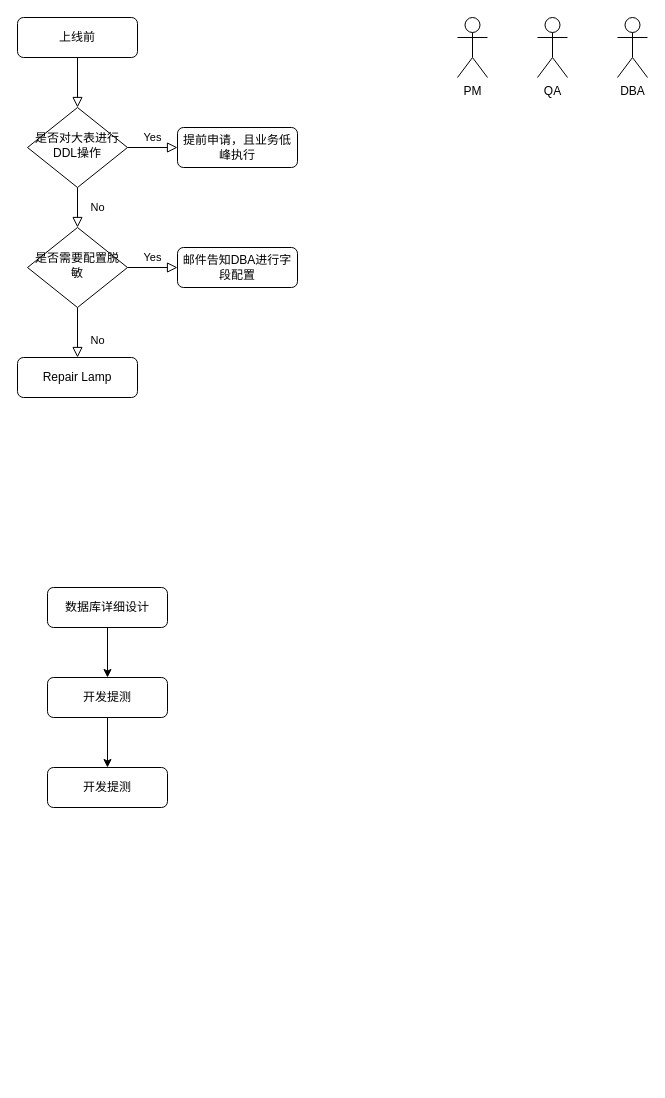
Before: 未命名绘图.drawio in zhaoxin1992/diagrams, a draw.io diagram. Source tidied: cells renumbered, new cells numbered last; positions are measured from the earlier drawing's top-left corner, leaving out a move shared by most shapes. Both pictures are drawn from the tidied source at 100%, with x=0, y=0 at pixel (17, 17).
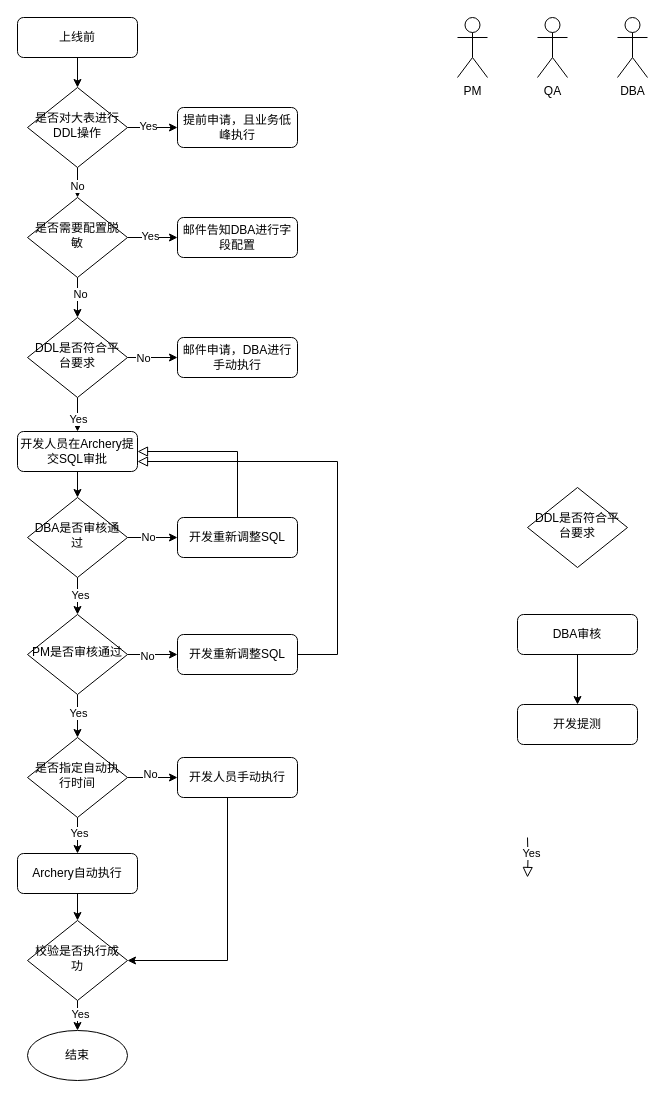
After the change.

The change refers to these unchanged cells:
```xml
<mxCell id="3" value="上线前" style="rounded=1;whiteSpace=wrap;html=1;fontSize=12;glass=0;strokeWidth=1;shadow=0;" parent="1" vertex="1">
  <mxGeometry width="120" height="40" as="geometry" />
</mxCell>
```

Diff of the diagram source:
```diff
@@
-    <mxCell id="2" style="rounded=0;html=1;jettySize=auto;fontSize=11;endArrow=block;endFill=0;endSize=8;strokeWidth=1;shadow=0;labelBackgroundColor=none;edgeStyle=orthogonalEdgeStyle;entryX=0.5;entryY=0;entryDx=0;entryDy=0;" parent="1" edge="1" source="3" target="6">
+    <mxCell id="2" style="edgeStyle=orthogonalEdgeStyle;rounded=0;jettySize=auto;html=1;entryX=0.5;entryY=0;entryDx=0;entryDy=0;" parent="1" edge="1" source="3" target="6">
       <mxGeometry relative="1" as="geometry" />
     </mxCell>
@@
-    <mxCell id="4" value="No" style="rounded=0;html=1;jettySize=auto;fontSize=11;endArrow=block;endFill=0;endSize=8;strokeWidth=1;shadow=0;labelBackgroundColor=none;edgeStyle=orthogonalEdgeStyle;" parent="1" edge="1" source="6" target="10">
-      <mxGeometry y="20" relative="1" as="geometry" />
+    <mxCell id="4" style="edgeStyle=orthogonalEdgeStyle;rounded=0;jettySize=auto;html=1;entryX=0.5;entryY=0;entryDx=0;entryDy=0;" parent="1" edge="1" source="6" target="10">
+      <mxGeometry relative="1" as="geometry" />
     </mxCell>
+    <mxCell id="21" value="No" style="edgeLabel;html=1;align=center;verticalAlign=middle;" parent="4" vertex="1">
+      <mxGeometry x="-0.28" y="-1" relative="1" as="geometry" />
+    </mxCell>
-    <mxCell id="5" value="Yes" style="edgeStyle=orthogonalEdgeStyle;rounded=0;html=1;jettySize=auto;fontSize=11;endArrow=block;endFill=0;endSize=8;strokeWidth=1;shadow=0;labelBackgroundColor=none;" parent="1" edge="1" source="6" target="7">
-      <mxGeometry y="10" relative="1" as="geometry" />
+    <mxCell id="5" style="edgeStyle=orthogonalEdgeStyle;rounded=0;jettySize=auto;html=1;" parent="1" edge="1" source="6" target="7">
+      <mxGeometry relative="1" as="geometry" />
     </mxCell>
+    <mxCell id="22" value="Yes" style="edgeLabel;html=1;align=center;verticalAlign=middle;" parent="5" vertex="1">
+      <mxGeometry x="-0.2" y="3" relative="1" as="geometry">
+        <mxPoint y="1" as="offset" />
+      </mxGeometry>
+    </mxCell>
     <mxCell id="6" value="是否对大表进行DDL操作" style="rhombus;whiteSpace=wrap;html=1;shadow=0;fontFamily=Helvetica;fontSize=12;align=center;strokeWidth=1;spacing=6;spacingTop=-4;" parent="1" vertex="1">
-      <mxGeometry x="10" y="90" width="100" height="80" as="geometry" />
+      <mxGeometry x="10" y="70" width="100" height="80" as="geometry" />
     </mxCell>
     <mxCell id="7" value="提前申请，且业务低峰执行" style="rounded=1;whiteSpace=wrap;html=1;fontSize=12;glass=0;strokeWidth=1;shadow=0;" parent="1" vertex="1">
-      <mxGeometry x="160" y="110" width="120" height="40" as="geometry" />
+      <mxGeometry x="160" y="90" width="120" height="40" as="geometry" />
     </mxCell>
-    <mxCell id="8" value="No" style="rounded=0;html=1;jettySize=auto;fontSize=11;endArrow=block;endFill=0;endSize=8;strokeWidth=1;shadow=0;labelBackgroundColor=none;edgeStyle=orthogonalEdgeStyle;" parent="1" edge="1" source="10" target="11">
-      <mxGeometry x="0.33" y="20" relative="1" as="geometry" />
-    </mxCell>
+    <mxCell id="23" style="edgeStyle=orthogonalEdgeStyle;rounded=0;jettySize=auto;html=1;" parent="1" edge="1" source="10" target="32">
+      <mxGeometry relative="1" as="geometry" />
+    </mxCell>
+    <mxCell id="24" value="No" style="edgeLabel;html=1;align=center;verticalAlign=middle;" parent="23" vertex="1">
+      <mxGeometry x="-0.19" y="2" relative="1" as="geometry" />
+    </mxCell>
-    <mxCell id="9" value="Yes" style="edgeStyle=orthogonalEdgeStyle;rounded=0;html=1;jettySize=auto;fontSize=11;endArrow=block;endFill=0;endSize=8;strokeWidth=1;shadow=0;labelBackgroundColor=none;" parent="1" edge="1" source="10" target="12">
-      <mxGeometry y="10" relative="1" as="geometry" />
+    <mxCell id="9" style="edgeStyle=orthogonalEdgeStyle;rounded=0;jettySize=auto;html=1;" parent="1" edge="1" source="10" target="12">
+      <mxGeometry relative="1" as="geometry" />
     </mxCell>
+    <mxCell id="25" value="Yes" style="edgeLabel;html=1;align=center;verticalAlign=middle;" parent="9" vertex="1">
+      <mxGeometry x="-0.12" y="3" relative="1" as="geometry">
+        <mxPoint y="1" as="offset" />
+      </mxGeometry>
+    </mxCell>
     <mxCell id="10" value="是否需要配置脱敏" style="rhombus;whiteSpace=wrap;html=1;shadow=0;fontFamily=Helvetica;fontSize=12;align=center;strokeWidth=1;spacing=6;spacingTop=-4;" parent="1" vertex="1">
-      <mxGeometry x="10" y="210" width="100" height="80" as="geometry" />
+      <mxGeometry x="10" y="180" width="100" height="80" as="geometry" />
     </mxCell>
-    <mxCell id="11" value="Repair Lamp" style="rounded=1;whiteSpace=wrap;html=1;fontSize=12;glass=0;strokeWidth=1;shadow=0;" parent="1" vertex="1">
-      <mxGeometry y="340" width="120" height="40" as="geometry" />
-    </mxCell>
     <mxCell id="12" value="邮件告知DBA进行字段配置" style="rounded=1;whiteSpace=wrap;html=1;fontSize=12;glass=0;strokeWidth=1;shadow=0;" parent="1" vertex="1">
-      <mxGeometry x="160" y="230" width="120" height="40" as="geometry" />
+      <mxGeometry x="160" y="200" width="120" height="40" as="geometry" />
     </mxCell>
@@
-    <mxCell id="16" style="edgeStyle=orthogonalEdgeStyle;rounded=0;jettySize=auto;html=1;entryX=0.5;entryY=0;entryDx=0;entryDy=0;" parent="1" edge="1" source="17" target="19">
-      <mxGeometry relative="1" as="geometry" />
-    </mxCell>
+    <mxCell id="26" style="edgeStyle=orthogonalEdgeStyle;rounded=0;jettySize=auto;html=1;" parent="1" edge="1" source="17" target="40">
+      <mxGeometry relative="1" as="geometry" />
+    </mxCell>
-    <mxCell id="17" value="数据库详细设计" style="rounded=1;whiteSpace=wrap;html=1;fontSize=12;glass=0;strokeWidth=1;shadow=0;" parent="1" vertex="1">
-      <mxGeometry x="30" y="570" width="120" height="40" as="geometry" />
+    <mxCell id="17" value="开发人员在Archery提交SQL审批" style="rounded=1;whiteSpace=wrap;html=1;fontSize=12;glass=0;strokeWidth=1;shadow=0;" parent="1" vertex="1">
+      <mxGeometry y="414" width="120" height="40" as="geometry" />
     </mxCell>
@@
-    <mxCell id="19" value="开发提测" style="rounded=1;whiteSpace=wrap;html=1;fontSize=12;glass=0;strokeWidth=1;shadow=0;" parent="1" vertex="1">
-      <mxGeometry x="30" y="660" width="120" height="40" as="geometry" />
+    <mxCell id="19" value="DBA审核" style="rounded=1;whiteSpace=wrap;html=1;fontSize=12;glass=0;strokeWidth=1;shadow=0;" parent="1" vertex="1">
+      <mxGeometry x="500" y="597" width="120" height="40" as="geometry" />
     </mxCell>
     <mxCell id="20" value="开发提测" style="rounded=1;whiteSpace=wrap;html=1;fontSize=12;glass=0;strokeWidth=1;shadow=0;" parent="1" vertex="1">
-      <mxGeometry x="30" y="750" width="120" height="40" as="geometry" />
+      <mxGeometry x="500" y="687" width="120" height="40" as="geometry" />
     </mxCell>
+    <mxCell id="27" value="DDL是否符合平台要求" style="rhombus;whiteSpace=wrap;html=1;shadow=0;fontFamily=Helvetica;fontSize=12;align=center;strokeWidth=1;spacing=6;spacingTop=-4;" parent="1" vertex="1">
+      <mxGeometry x="510" y="470" width="100" height="80" as="geometry" />
+    </mxCell>
+    <mxCell id="28" style="edgeStyle=orthogonalEdgeStyle;rounded=0;jettySize=auto;html=1;" parent="1" edge="1" source="32" target="17">
+      <mxGeometry relative="1" as="geometry" />
+    </mxCell>
+    <mxCell id="29" value="Yes" style="edgeLabel;html=1;align=center;verticalAlign=middle;" parent="28" vertex="1">
+      <mxGeometry x="-0.11" relative="1" as="geometry">
+        <mxPoint y="1" as="offset" />
+      </mxGeometry>
+    </mxCell>
+    <mxCell id="30" style="edgeStyle=orthogonalEdgeStyle;rounded=0;jettySize=auto;html=1;" parent="1" edge="1" source="32" target="33">
+      <mxGeometry relative="1" as="geometry" />
+    </mxCell>
+    <mxCell id="31" value="No" style="edgeLabel;html=1;align=center;verticalAlign=middle;" parent="30" vertex="1">
+      <mxGeometry x="-0.4" y="1" relative="1" as="geometry">
+        <mxPoint y="1" as="offset" />
+      </mxGeometry>
+    </mxCell>
+    <mxCell id="32" value="DDL是否符合平台要求" style="rhombus;whiteSpace=wrap;html=1;shadow=0;fontFamily=Helvetica;fontSize=12;align=center;strokeWidth=1;spacing=6;spacingTop=-4;" parent="1" vertex="1">
+      <mxGeometry x="10" y="300" width="100" height="80" as="geometry" />
+    </mxCell>
+    <mxCell id="33" value="邮件申请，DBA进行手动执行" style="rounded=1;whiteSpace=wrap;html=1;fontSize=12;glass=0;strokeWidth=1;shadow=0;" parent="1" vertex="1">
+      <mxGeometry x="160" y="320" width="120" height="40" as="geometry" />
+    </mxCell>
+    <mxCell id="34" style="edgeStyle=orthogonalEdgeStyle;rounded=0;jettySize=auto;html=1;" parent="1" edge="1" source="35" target="61">
+      <mxGeometry relative="1" as="geometry" />
+    </mxCell>
+    <mxCell id="35" value="Archery自动执行" style="rounded=1;whiteSpace=wrap;html=1;fontSize=12;glass=0;strokeWidth=1;shadow=0;" parent="1" vertex="1">
+      <mxGeometry y="836" width="120" height="40" as="geometry" />
+    </mxCell>
+    <mxCell id="36" style="edgeStyle=orthogonalEdgeStyle;rounded=0;jettySize=auto;html=1;" parent="1" edge="1" source="40" target="47">
+      <mxGeometry relative="1" as="geometry" />
+    </mxCell>
+    <mxCell id="37" value="Yes" style="edgeLabel;html=1;align=center;verticalAlign=middle;" parent="36" vertex="1">
+      <mxGeometry x="-0.23" y="2" relative="1" as="geometry" />
+    </mxCell>
+    <mxCell id="38" style="edgeStyle=orthogonalEdgeStyle;rounded=0;jettySize=auto;html=1;" parent="1" edge="1" source="40" target="41">
+      <mxGeometry relative="1" as="geometry" />
+    </mxCell>
+    <mxCell id="39" value="No" style="edgeLabel;html=1;align=center;verticalAlign=middle;" parent="38" vertex="1">
+      <mxGeometry x="-0.2" y="2" relative="1" as="geometry">
+        <mxPoint y="1" as="offset" />
+      </mxGeometry>
+    </mxCell>
+    <mxCell id="40" value="DBA是否审核通过" style="rhombus;whiteSpace=wrap;html=1;shadow=0;fontFamily=Helvetica;fontSize=12;align=center;strokeWidth=1;spacing=6;spacingTop=-4;" parent="1" vertex="1">
+      <mxGeometry x="10" y="480" width="100" height="80" as="geometry" />
+    </mxCell>
+    <mxCell id="41" value="开发重新调整SQL" style="rounded=1;whiteSpace=wrap;html=1;fontSize=12;glass=0;strokeWidth=1;shadow=0;" parent="1" vertex="1">
+      <mxGeometry x="160" y="500" width="120" height="40" as="geometry" />
+    </mxCell>
+    <mxCell id="42" style="edgeStyle=orthogonalEdgeStyle;rounded=0;html=1;jettySize=auto;fontSize=11;endArrow=block;endFill=0;endSize=8;strokeWidth=1;shadow=0;labelBackgroundColor=none;exitX=0.5;exitY=0;exitDx=0;exitDy=0;entryX=1;entryY=0.5;entryDx=0;entryDy=0;" parent="1" edge="1" source="41" target="17">
+      <mxGeometry y="10" relative="1" as="geometry">
+        <Array as="points">
+          <mxPoint x="220" y="434" />
+        </Array>
+      </mxGeometry>
+    </mxCell>
+    <mxCell id="43" style="edgeStyle=orthogonalEdgeStyle;rounded=0;jettySize=auto;html=1;" parent="1" edge="1" source="47" target="54">
+      <mxGeometry relative="1" as="geometry" />
+    </mxCell>
+    <mxCell id="44" value="Yes" style="edgeLabel;html=1;align=center;verticalAlign=middle;" parent="43" vertex="1">
+      <mxGeometry x="-0.17" relative="1" as="geometry" />
+    </mxCell>
+    <mxCell id="45" style="edgeStyle=orthogonalEdgeStyle;rounded=0;jettySize=auto;html=1;" parent="1" edge="1" source="47" target="48">
+      <mxGeometry relative="1" as="geometry" />
+    </mxCell>
+    <mxCell id="46" value="No" style="edgeLabel;html=1;align=center;verticalAlign=middle;" parent="45" vertex="1">
+      <mxGeometry x="-0.24" relative="1" as="geometry">
+        <mxPoint y="1" as="offset" />
+      </mxGeometry>
+    </mxCell>
+    <mxCell id="47" value="PM是否审核通过" style="rhombus;whiteSpace=wrap;html=1;shadow=0;fontFamily=Helvetica;fontSize=12;align=center;strokeWidth=1;spacing=6;spacingTop=-4;" parent="1" vertex="1">
+      <mxGeometry x="10" y="597" width="100" height="80" as="geometry" />
+    </mxCell>
+    <mxCell id="48" value="开发重新调整SQL" style="rounded=1;whiteSpace=wrap;html=1;fontSize=12;glass=0;strokeWidth=1;shadow=0;" parent="1" vertex="1">
+      <mxGeometry x="160" y="617" width="120" height="40" as="geometry" />
+    </mxCell>
+    <mxCell id="49" style="edgeStyle=orthogonalEdgeStyle;rounded=0;html=1;jettySize=auto;fontSize=11;endArrow=block;endFill=0;endSize=8;strokeWidth=1;shadow=0;labelBackgroundColor=none;exitX=1;exitY=0.5;exitDx=0;exitDy=0;entryX=1;entryY=0.75;entryDx=0;entryDy=0;" parent="1" edge="1" source="48" target="17">
+      <mxGeometry y="10" relative="1" as="geometry">
+        <Array as="points">
+          <mxPoint x="320" y="637" />
+          <mxPoint x="320" y="444" />
+        </Array>
+      </mxGeometry>
+    </mxCell>
+    <mxCell id="50" style="edgeStyle=orthogonalEdgeStyle;rounded=0;jettySize=auto;html=1;exitX=1;exitY=0.5;exitDx=0;exitDy=0;entryX=0;entryY=0.5;entryDx=0;entryDy=0;" parent="1" edge="1" source="54" target="58">
+      <mxGeometry relative="1" as="geometry" />
+    </mxCell>
+    <mxCell id="51" value="No" style="edgeLabel;html=1;align=center;verticalAlign=middle;" parent="50" vertex="1">
+      <mxGeometry x="-0.12" y="5" relative="1" as="geometry">
+        <mxPoint y="1" as="offset" />
+      </mxGeometry>
+    </mxCell>
+    <mxCell id="52" style="edgeStyle=orthogonalEdgeStyle;rounded=0;jettySize=auto;html=1;" parent="1" edge="1" source="54" target="35">
+      <mxGeometry relative="1" as="geometry" />
+    </mxCell>
+    <mxCell id="53" value="Yes" style="edgeLabel;html=1;align=center;verticalAlign=middle;" parent="52" vertex="1">
+      <mxGeometry x="-0.3" y="1" relative="1" as="geometry" />
+    </mxCell>
+    <mxCell id="54" value="是否指定自动执行时间" style="rhombus;whiteSpace=wrap;html=1;shadow=0;fontFamily=Helvetica;fontSize=12;align=center;strokeWidth=1;spacing=6;spacingTop=-4;" parent="1" vertex="1">
+      <mxGeometry x="10" y="720" width="100" height="80" as="geometry" />
+    </mxCell>
+    <mxCell id="55" style="rounded=0;html=1;jettySize=auto;orthogonalLoop=1;fontSize=11;endArrow=block;endFill=0;endSize=8;strokeWidth=1;shadow=0;labelBackgroundColor=none;edgeStyle=orthogonalEdgeStyle;" parent="1" edge="1">
+      <mxGeometry x="0.33" y="20" relative="1" as="geometry">
+        <mxPoint x="510" y="820" as="sourcePoint" />
+        <mxPoint x="510" y="860" as="targetPoint" />
+      </mxGeometry>
+    </mxCell>
+    <mxCell id="56" value="Yes" style="edgeLabel;html=1;align=center;verticalAlign=middle;" parent="55" vertex="1">
+      <mxGeometry x="-0.26" y="3" relative="1" as="geometry" />
+    </mxCell>
+    <mxCell id="57" style="edgeStyle=orthogonalEdgeStyle;rounded=0;jettySize=auto;html=1;entryX=1;entryY=0.5;entryDx=0;entryDy=0;" parent="1" edge="1" source="58" target="61">
+      <mxGeometry relative="1" as="geometry">
+        <Array as="points">
+          <mxPoint x="210" y="943" />
+        </Array>
+      </mxGeometry>
+    </mxCell>
+    <mxCell id="58" value="开发人员手动执行" style="rounded=1;whiteSpace=wrap;html=1;fontSize=12;glass=0;strokeWidth=1;shadow=0;" parent="1" vertex="1">
+      <mxGeometry x="160" y="740" width="120" height="40" as="geometry" />
+    </mxCell>
+    <mxCell id="59" style="edgeStyle=orthogonalEdgeStyle;rounded=0;jettySize=auto;html=1;exitX=0.5;exitY=1;exitDx=0;exitDy=0;entryX=0.5;entryY=0;entryDx=0;entryDy=0;entryPerimeter=0;" parent="1" edge="1" source="61" target="62">
+      <mxGeometry relative="1" as="geometry" />
+    </mxCell>
+    <mxCell id="60" value="Yes" style="edgeLabel;html=1;align=center;verticalAlign=middle;" parent="59" vertex="1">
+      <mxGeometry x="-0.12" y="2" relative="1" as="geometry" />
+    </mxCell>
+    <mxCell id="61" value="校验是否执行成功" style="rhombus;whiteSpace=wrap;html=1;shadow=0;fontFamily=Helvetica;fontSize=12;align=center;strokeWidth=1;spacing=6;spacingTop=-4;" parent="1" vertex="1">
+      <mxGeometry x="10" y="903" width="100" height="80" as="geometry" />
+    </mxCell>
+    <mxCell id="62" value="结束" style="ellipse;whiteSpace=wrap;html=1;" parent="1" vertex="1">
+      <mxGeometry x="10" y="1013" width="100" height="50" as="geometry" />
+    </mxCell>
```
